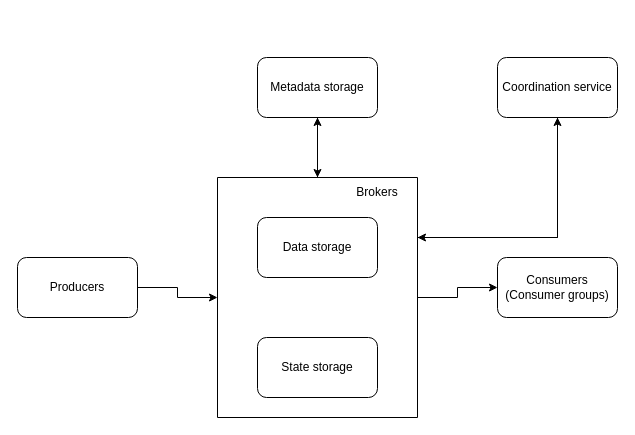
riehseun/riehseun.github.io keeps this draw.io diagram as img/system-design/distributed-message-queue1.drawio. Above is the earlier version. Source tidied: cells renumbered, new cells numbered last; positions are measured from the earlier drawing's top-left corner, leaving out a move shared by most shapes. Both pictures are drawn from the tidied source at 100%, with x=0, y=0 at pixel (17, 57).
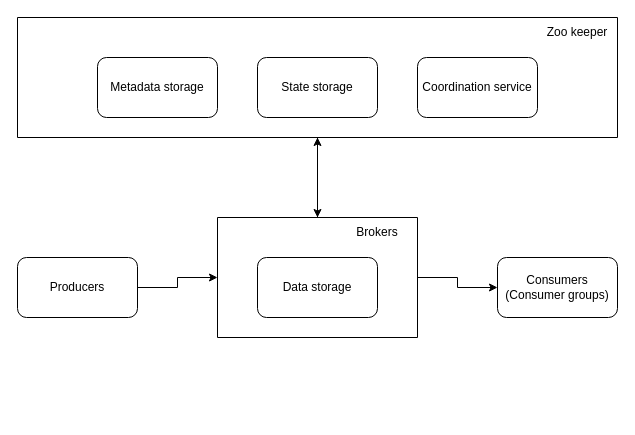
Above is the later version.

Change to the diagram source:
```diff
@@
 <mxGraphModel>
   <root>
     <mxCell id="0" />
     <mxCell id="1" parent="0" />
     <mxCell id="2" style="edgeStyle=orthogonalEdgeStyle;rounded=0;jettySize=auto;html=1;exitX=1;exitY=0.5;exitDx=0;exitDy=0;entryX=0;entryY=0.5;entryDx=0;entryDy=0;" parent="1" edge="1" source="3" target="7">
       <mxGeometry relative="1" as="geometry" />
     </mxCell>
     <mxCell id="3" value="Producers" style="rounded=1;whiteSpace=wrap;html=1;" parent="1" vertex="1">
       <mxGeometry y="200" width="120" height="60" as="geometry" />
     </mxCell>
     <mxCell id="4" style="edgeStyle=orthogonalEdgeStyle;rounded=0;jettySize=auto;html=1;exitX=1;exitY=0.5;exitDx=0;exitDy=0;entryX=0;entryY=0.5;entryDx=0;entryDy=0;" parent="1" edge="1" source="7" target="11">
       <mxGeometry relative="1" as="geometry" />
     </mxCell>
-    <mxCell id="5" style="edgeStyle=orthogonalEdgeStyle;rounded=0;jettySize=auto;html=1;exitX=0.5;exitY=0;exitDx=0;exitDy=0;entryX=0.5;entryY=1;entryDx=0;entryDy=0;" parent="1" edge="1" source="7" target="13">
-      <mxGeometry relative="1" as="geometry" />
-    </mxCell>
-    <mxCell id="6" style="edgeStyle=orthogonalEdgeStyle;rounded=0;jettySize=auto;html=1;exitX=1;exitY=0.25;exitDx=0;exitDy=0;" parent="1" edge="1" source="7" target="15">
-      <mxGeometry relative="1" as="geometry" />
-    </mxCell>
+    <mxCell id="16" style="edgeStyle=orthogonalEdgeStyle;rounded=0;jettySize=auto;html=1;exitX=0.5;exitY=0;exitDx=0;exitDy=0;entryX=0.5;entryY=1;entryDx=0;entryDy=0;" parent="1" edge="1" source="7" target="18">
+      <mxGeometry relative="1" as="geometry" />
+    </mxCell>
     <mxCell id="7" style="swimlane;startSize=0;" parent="1" vertex="1">
-      <mxGeometry x="200" y="120" width="200" height="240" as="geometry" />
+      <mxGeometry x="200" y="160" width="200" height="120" as="geometry" />
     </mxCell>
     <mxCell id="8" value="Data storage" style="rounded=1;whiteSpace=wrap;html=1;" parent="7" vertex="1">
       <mxGeometry x="40" y="40" width="120" height="60" as="geometry" />
     </mxCell>
-    <mxCell id="9" value="State storage" style="rounded=1;whiteSpace=wrap;html=1;" parent="7" vertex="1">
-      <mxGeometry x="40" y="160" width="120" height="60" as="geometry" />
-    </mxCell>
     <mxCell id="10" value="Brokers" style="text;html=1;align=center;verticalAlign=middle;whiteSpace=wrap;rounded=0;" parent="7" vertex="1">
       <mxGeometry x="120" width="80" height="30" as="geometry" />
     </mxCell>
     <mxCell id="11" value="Consumers (Consumer groups)" style="rounded=1;whiteSpace=wrap;html=1;" parent="1" vertex="1">
       <mxGeometry x="480" y="200" width="120" height="60" as="geometry" />
     </mxCell>
-    <mxCell id="12" style="edgeStyle=orthogonalEdgeStyle;rounded=0;jettySize=auto;html=1;exitX=0.5;exitY=1;exitDx=0;exitDy=0;entryX=0.5;entryY=0;entryDx=0;entryDy=0;" parent="1" edge="1" source="13" target="7">
-      <mxGeometry relative="1" as="geometry" />
-    </mxCell>
+    <mxCell id="17" style="edgeStyle=orthogonalEdgeStyle;rounded=0;jettySize=auto;html=1;exitX=0.5;exitY=1;exitDx=0;exitDy=0;entryX=0.5;entryY=0;entryDx=0;entryDy=0;" parent="1" edge="1" source="18" target="7">
+      <mxGeometry relative="1" as="geometry" />
+    </mxCell>
+    <mxCell id="18" style="swimlane;startSize=0;" parent="1" vertex="1">
+      <mxGeometry y="-40" width="600" height="120" as="geometry" />
+    </mxCell>
+    <mxCell id="9" value="State storage" style="rounded=1;whiteSpace=wrap;html=1;" parent="18" vertex="1">
+      <mxGeometry x="240" y="40" width="120" height="60" as="geometry" />
+    </mxCell>
-    <mxCell id="13" value="Metadata storage" style="rounded=1;whiteSpace=wrap;html=1;" parent="1" vertex="1">
-      <mxGeometry x="240" width="120" height="60" as="geometry" />
+    <mxCell id="13" value="Metadata storage" style="rounded=1;whiteSpace=wrap;html=1;" parent="18" vertex="1">
+      <mxGeometry x="80" y="40" width="120" height="60" as="geometry" />
     </mxCell>
-    <mxCell id="14" style="edgeStyle=orthogonalEdgeStyle;rounded=0;jettySize=auto;html=1;exitX=0.5;exitY=1;exitDx=0;exitDy=0;entryX=1;entryY=0.25;entryDx=0;entryDy=0;" parent="1" edge="1" source="15" target="7">
-      <mxGeometry relative="1" as="geometry" />
-    </mxCell>
-    <mxCell id="15" value="Coordination service" style="rounded=1;whiteSpace=wrap;html=1;" parent="1" vertex="1">
-      <mxGeometry x="480" width="120" height="60" as="geometry" />
+    <mxCell id="15" value="Coordination service" style="rounded=1;whiteSpace=wrap;html=1;" parent="18" vertex="1">
+      <mxGeometry x="400" y="40" width="120" height="60" as="geometry" />
     </mxCell>
+    <mxCell id="19" value="Zoo keeper" style="text;html=1;align=center;verticalAlign=middle;whiteSpace=wrap;rounded=0;" parent="18" vertex="1">
+      <mxGeometry x="520" width="80" height="30" as="geometry" />
+    </mxCell>
   </root>
 </mxGraphModel>
```
